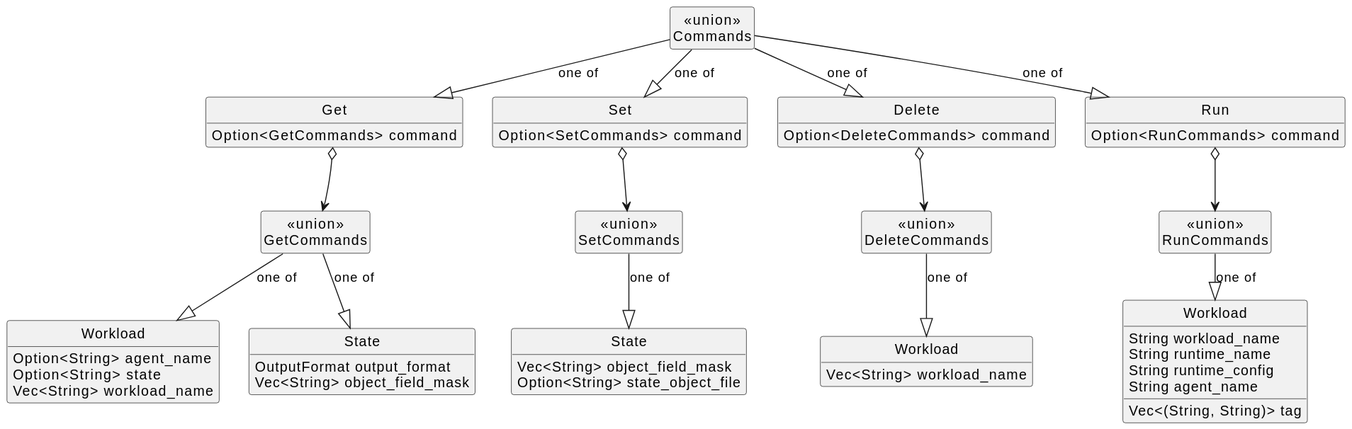
Above: ank/doc/swdesign/plantuml/class_data-structures.svg in eclipse-ankaios/ankaios (PlantUML), before the change.
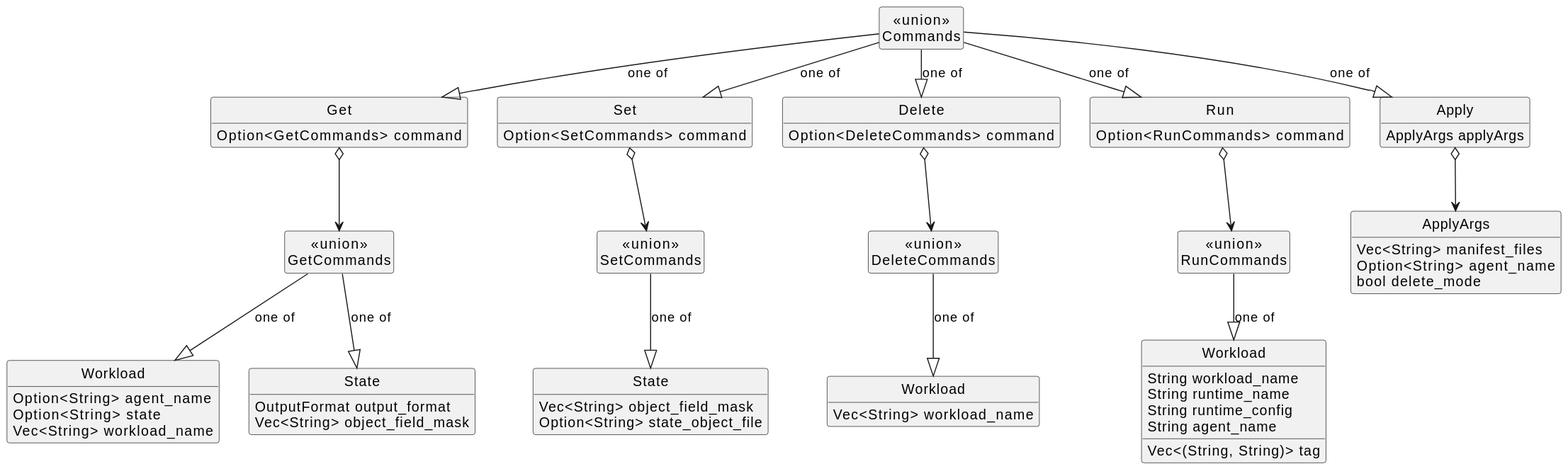
After the change.

The edit, as a diff of the source:
```diff
@@ -8,17 +8,20 @@
     struct Set
     struct Delete
     struct Run
+    struct Apply
 }
 
 Commands --|> Get : one of
 Commands --|> Set : one of
 Commands --|> Delete: one of
 Commands --|> Run : one of
+Commands --|> Apply : one of
 
 Get : Option<GetCommands> command
 Set : Option<SetCommands> command
 Delete : Option<DeleteCommands> command
 Run : Option<RunCommands> command
+Apply : ApplyArgs applyArgs
 
 struct "State" as GetState
 struct "Workload" as GetWorkload
@@ -67,8 +70,16 @@
 RunCommands --|> RunWorkload : one of
 RunCommands <--o Run
 
+struct "ApplyArgs" as ApplyArgs
+ApplyArgs : Vec<String> manifest_files
+ApplyArgs : Option<String> agent_name
+ApplyArgs : bool delete_mode
+
+ApplyArgs <--o Apply
+
 Set -[hidden]down--> SetCommands
 Get -[hidden]down--> GetCommands
 Delete -[hidden]down--> DeleteCommands
 Run -[hidden]down--> RunCommands
+Apply -[hidden]down--> ApplyArgs
 @enduml
```
